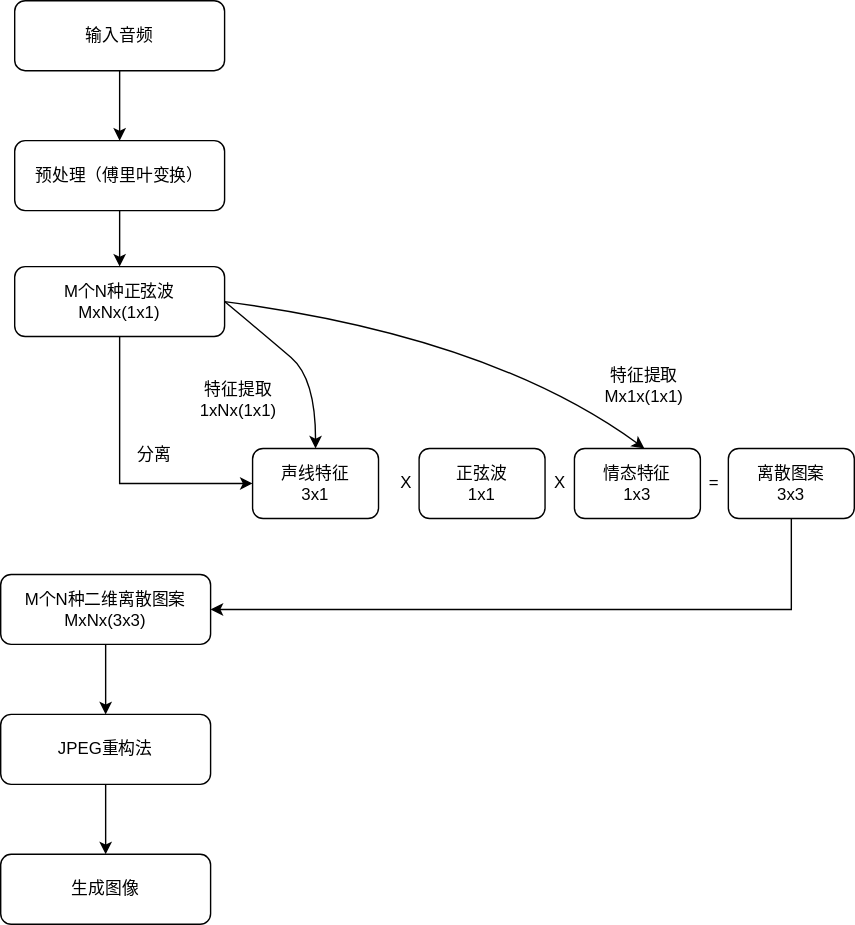
This is audio2imagev2.svg from hrf666666/FlowCharts, a draw.io export, as it was before one commit. Source tidied: cells renumbered, new cells last; positions are measured from the earlier drawing's top-left corner, leaving out a move shared by most shapes.
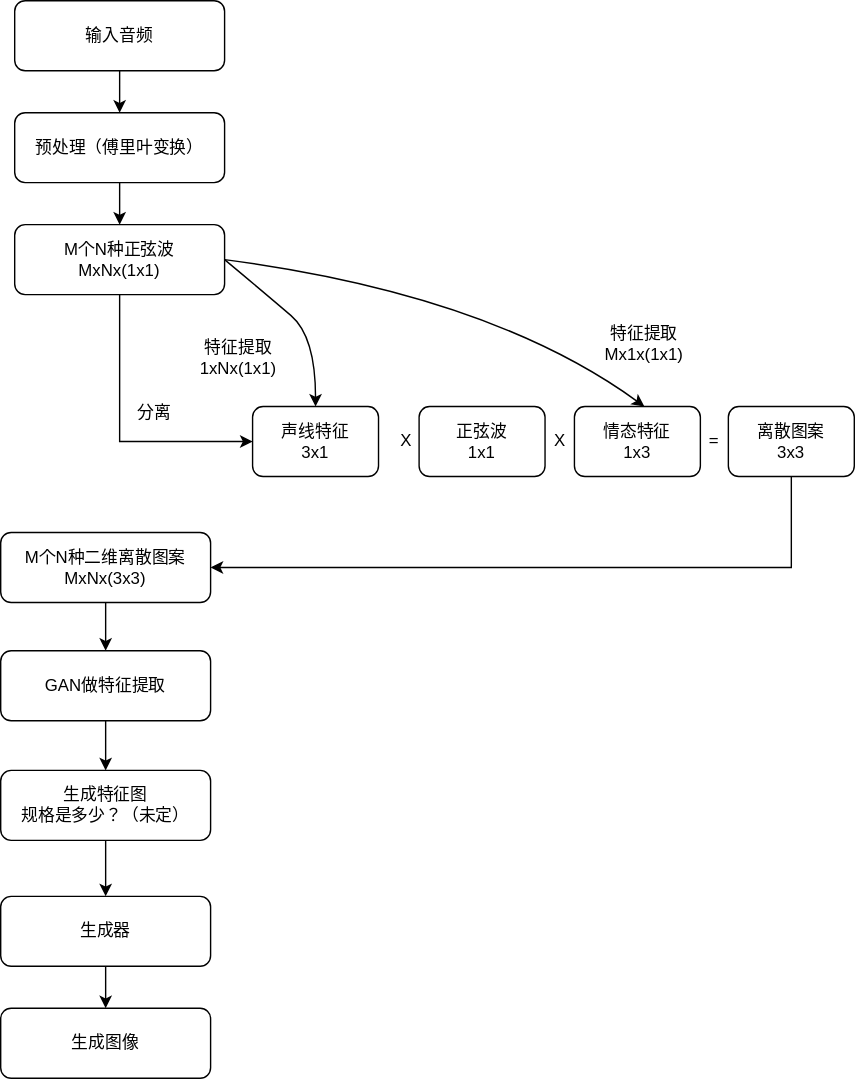
After the change.

Change to the diagram source:
```diff
@@ -6,16 +6,16 @@
       <mxGeometry relative="1" as="geometry" />
     </mxCell>
     <mxCell id="3" value="输入音频" style="rounded=1;whiteSpace=wrap;html=1;fontSize=12;glass=0;strokeWidth=1;shadow=0;" parent="1" vertex="1">
-      <mxGeometry x="10" width="150" height="50" as="geometry" />
+      <mxGeometry x="10" y="30" width="150" height="50" as="geometry" />
     </mxCell>
     <mxCell id="4" style="edgeStyle=orthogonalEdgeStyle;rounded=0;jettySize=auto;html=1;" parent="1" edge="1" source="5" target="7">
       <mxGeometry relative="1" as="geometry" />
     </mxCell>
     <mxCell id="5" value="预处理（傅里叶变换）" style="rounded=1;whiteSpace=wrap;html=1;fontSize=12;glass=0;strokeWidth=1;shadow=0;" parent="1" vertex="1">
-      <mxGeometry x="10" y="100" width="150" height="50" as="geometry" />
+      <mxGeometry x="10" y="110" width="150" height="50" as="geometry" />
     </mxCell>
     <mxCell id="6" value="生成图像" style="rounded=1;whiteSpace=wrap;html=1;fontSize=12;glass=0;strokeWidth=1;shadow=0;" parent="1" vertex="1">
-      <mxGeometry y="610" width="150" height="50" as="geometry" />
+      <mxGeometry y="750" width="150" height="50" as="geometry" />
     </mxCell>
     <mxCell id="7" value="M个N种正弦波&lt;br&gt;MxNx(1x1)" style="rounded=1;whiteSpace=wrap;html=1;fontSize=12;glass=0;strokeWidth=1;shadow=0;" parent="1" vertex="1">
       <mxGeometry x="10" y="190" width="150" height="50" as="geometry" />
@@ -26,11 +26,11 @@
     <mxCell id="9" value="M个N种二维离散图案&lt;br&gt;MxNx(3x3)" style="rounded=1;whiteSpace=wrap;html=1;fontSize=12;glass=0;strokeWidth=1;shadow=0;" parent="1" vertex="1">
       <mxGeometry y="410" width="150" height="50" as="geometry" />
     </mxCell>
-    <mxCell id="10" style="edgeStyle=orthogonalEdgeStyle;rounded=0;jettySize=auto;html=1;exitX=0.5;exitY=1;exitDx=0;exitDy=0;entryX=0.5;entryY=0;entryDx=0;entryDy=0;" parent="1" edge="1" source="11" target="6">
-      <mxGeometry relative="1" as="geometry" />
-    </mxCell>
+    <mxCell id="26" style="edgeStyle=orthogonalEdgeStyle;rounded=0;jettySize=auto;html=1;entryX=0.5;entryY=0;entryDx=0;entryDy=0;" parent="1" edge="1" source="11" target="28">
+      <mxGeometry relative="1" as="geometry" />
+    </mxCell>
-    <mxCell id="11" value="JPEG重构法" style="rounded=1;whiteSpace=wrap;html=1;fontSize=12;glass=0;strokeWidth=1;shadow=0;" parent="1" vertex="1">
-      <mxGeometry y="510" width="150" height="50" as="geometry" />
+    <mxCell id="11" value="GAN做特征提取" style="rounded=1;whiteSpace=wrap;html=1;fontSize=12;glass=0;strokeWidth=1;shadow=0;" parent="1" vertex="1">
+      <mxGeometry y="494.5" width="150" height="50" as="geometry" />
     </mxCell>
     <mxCell id="12" value="情态特征&lt;br&gt;1x3" style="rounded=1;whiteSpace=wrap;html=1;fontSize=12;glass=0;strokeWidth=1;shadow=0;" parent="1" vertex="1">
       <mxGeometry x="410" y="320" width="90" height="50" as="geometry" />
@@ -92,5 +92,17 @@
         </Array>
       </mxGeometry>
     </mxCell>
+    <mxCell id="27" style="edgeStyle=orthogonalEdgeStyle;rounded=0;jettySize=auto;html=1;entryX=0.5;entryY=0;entryDx=0;entryDy=0;" parent="1" edge="1" source="28" target="30">
+      <mxGeometry relative="1" as="geometry" />
+    </mxCell>
+    <mxCell id="28" value="生成特征图&lt;br&gt;规格是多少？（未定）" style="rounded=1;whiteSpace=wrap;html=1;fontSize=12;glass=0;strokeWidth=1;shadow=0;" parent="1" vertex="1">
+      <mxGeometry y="580" width="150" height="50" as="geometry" />
+    </mxCell>
+    <mxCell id="29" style="edgeStyle=orthogonalEdgeStyle;rounded=0;jettySize=auto;html=1;entryX=0.5;entryY=0;entryDx=0;entryDy=0;" parent="1" edge="1" source="30" target="6">
+      <mxGeometry relative="1" as="geometry" />
+    </mxCell>
+    <mxCell id="30" value="生成器" style="rounded=1;whiteSpace=wrap;html=1;fontSize=12;glass=0;strokeWidth=1;shadow=0;" parent="1" vertex="1">
+      <mxGeometry y="670" width="150" height="50" as="geometry" />
+    </mxCell>
   </root>
 </mxGraphModel>
```
